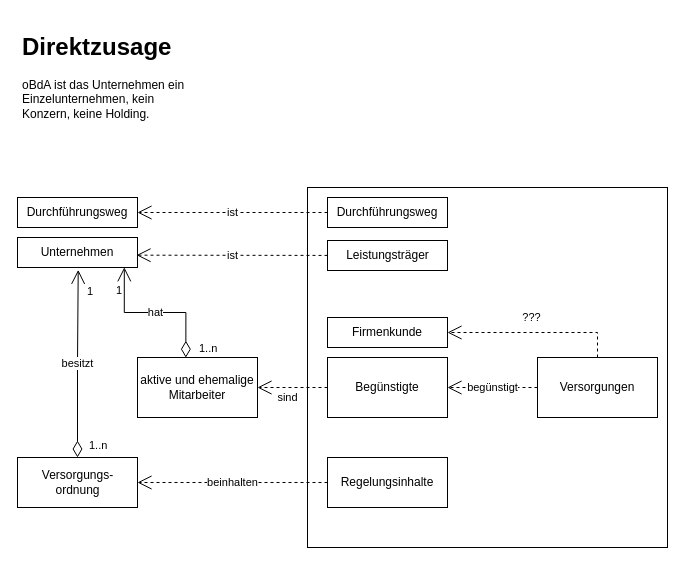
Earlier version of the draw.io diagram struktur_bavos.drawio (tzepter/diagrams). Source tidied: cells renumbered, new cells numbered last; positions are measured from the earlier drawing's top-left corner, leaving out a move shared by most shapes. Both pictures are drawn from the tidied source at 100%, with x=0, y=0 at pixel (17, 27).
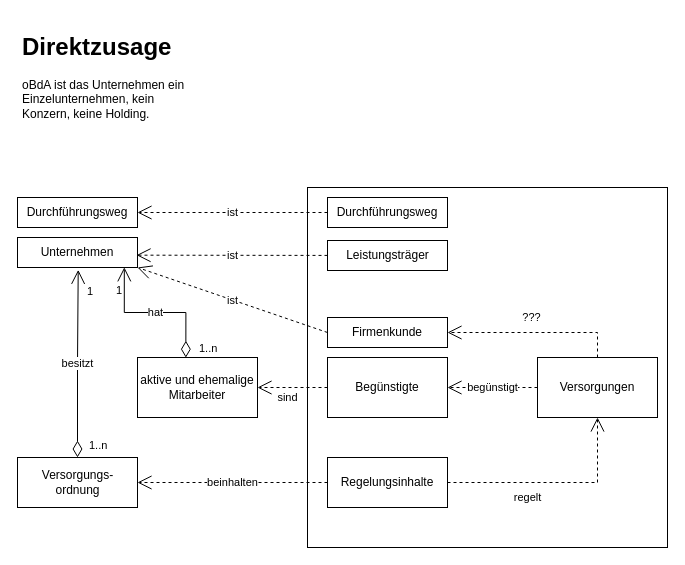
Above is the later version.

Unchanged cells that the change refers to:
```xml
<mxCell id="3" value="&lt;div&gt;Unternehmen&lt;/div&gt;" style="rounded=0;whiteSpace=wrap;html=1;" parent="1" vertex="1">
  <mxGeometry y="210" width="120" height="30" as="geometry" />
</mxCell>
<mxCell id="13" value="Regelungsinhalte" style="rounded=0;whiteSpace=wrap;html=1;" parent="1" vertex="1">
  <mxGeometry x="310" y="430" width="120" height="50" as="geometry" />
</mxCell>
<mxCell id="14" value="Firmenkunde" style="rounded=0;whiteSpace=wrap;html=1;" parent="1" vertex="1">
  <mxGeometry x="310" y="290" width="120" height="30" as="geometry" />
</mxCell>
<mxCell id="23" value="&lt;div&gt;Versorgungen&lt;/div&gt;" style="rounded=0;whiteSpace=wrap;html=1;" parent="1" vertex="1">
  <mxGeometry x="520" y="330" width="120" height="60" as="geometry" />
</mxCell>
```

What changed in the source:
```diff
@@
+    <mxCell id="26" value="ist" style="endArrow=open;endSize=12;dashed=1;html=1;rounded=0;exitX=0;exitY=0.5;exitDx=0;exitDy=0;entryX=1;entryY=1;entryDx=0;entryDy=0;" parent="1" edge="1" source="14" target="3">
+      <mxGeometry relative="1" as="geometry" />
+    </mxCell>
+    <mxCell id="27" value="regelt" style="endArrow=open;endSize=12;dashed=1;html=1;rounded=0;exitX=1;exitY=0.5;exitDx=0;exitDy=0;entryX=0.5;entryY=1;entryDx=0;entryDy=0;" parent="1" edge="1" source="13" target="23">
+      <mxGeometry x="-0.26" y="-15" relative="1" as="geometry">
+        <Array as="points">
+          <mxPoint x="580" y="455" />
+        </Array>
+      </mxGeometry>
+    </mxCell>
```
